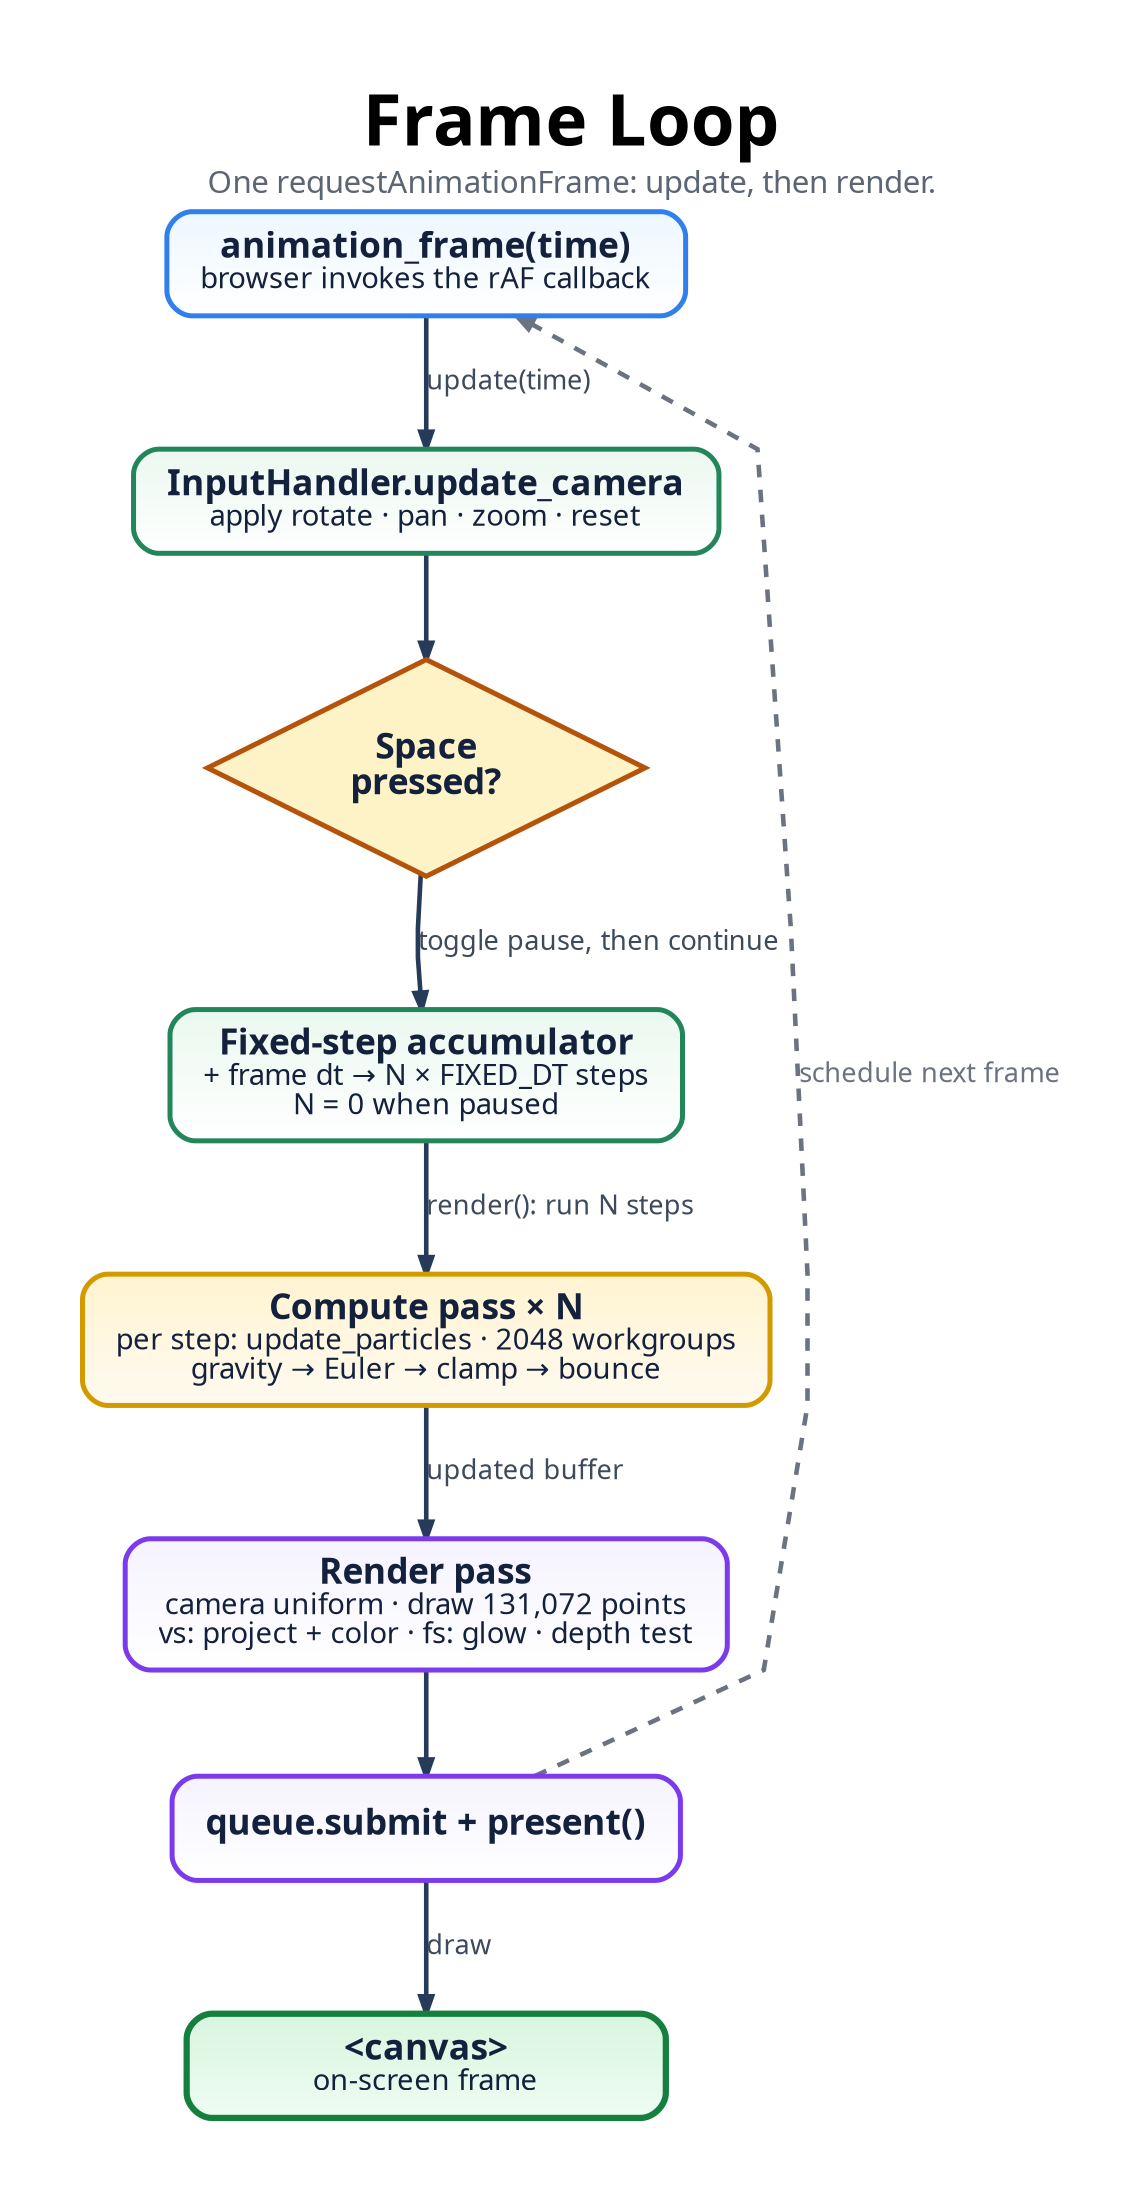
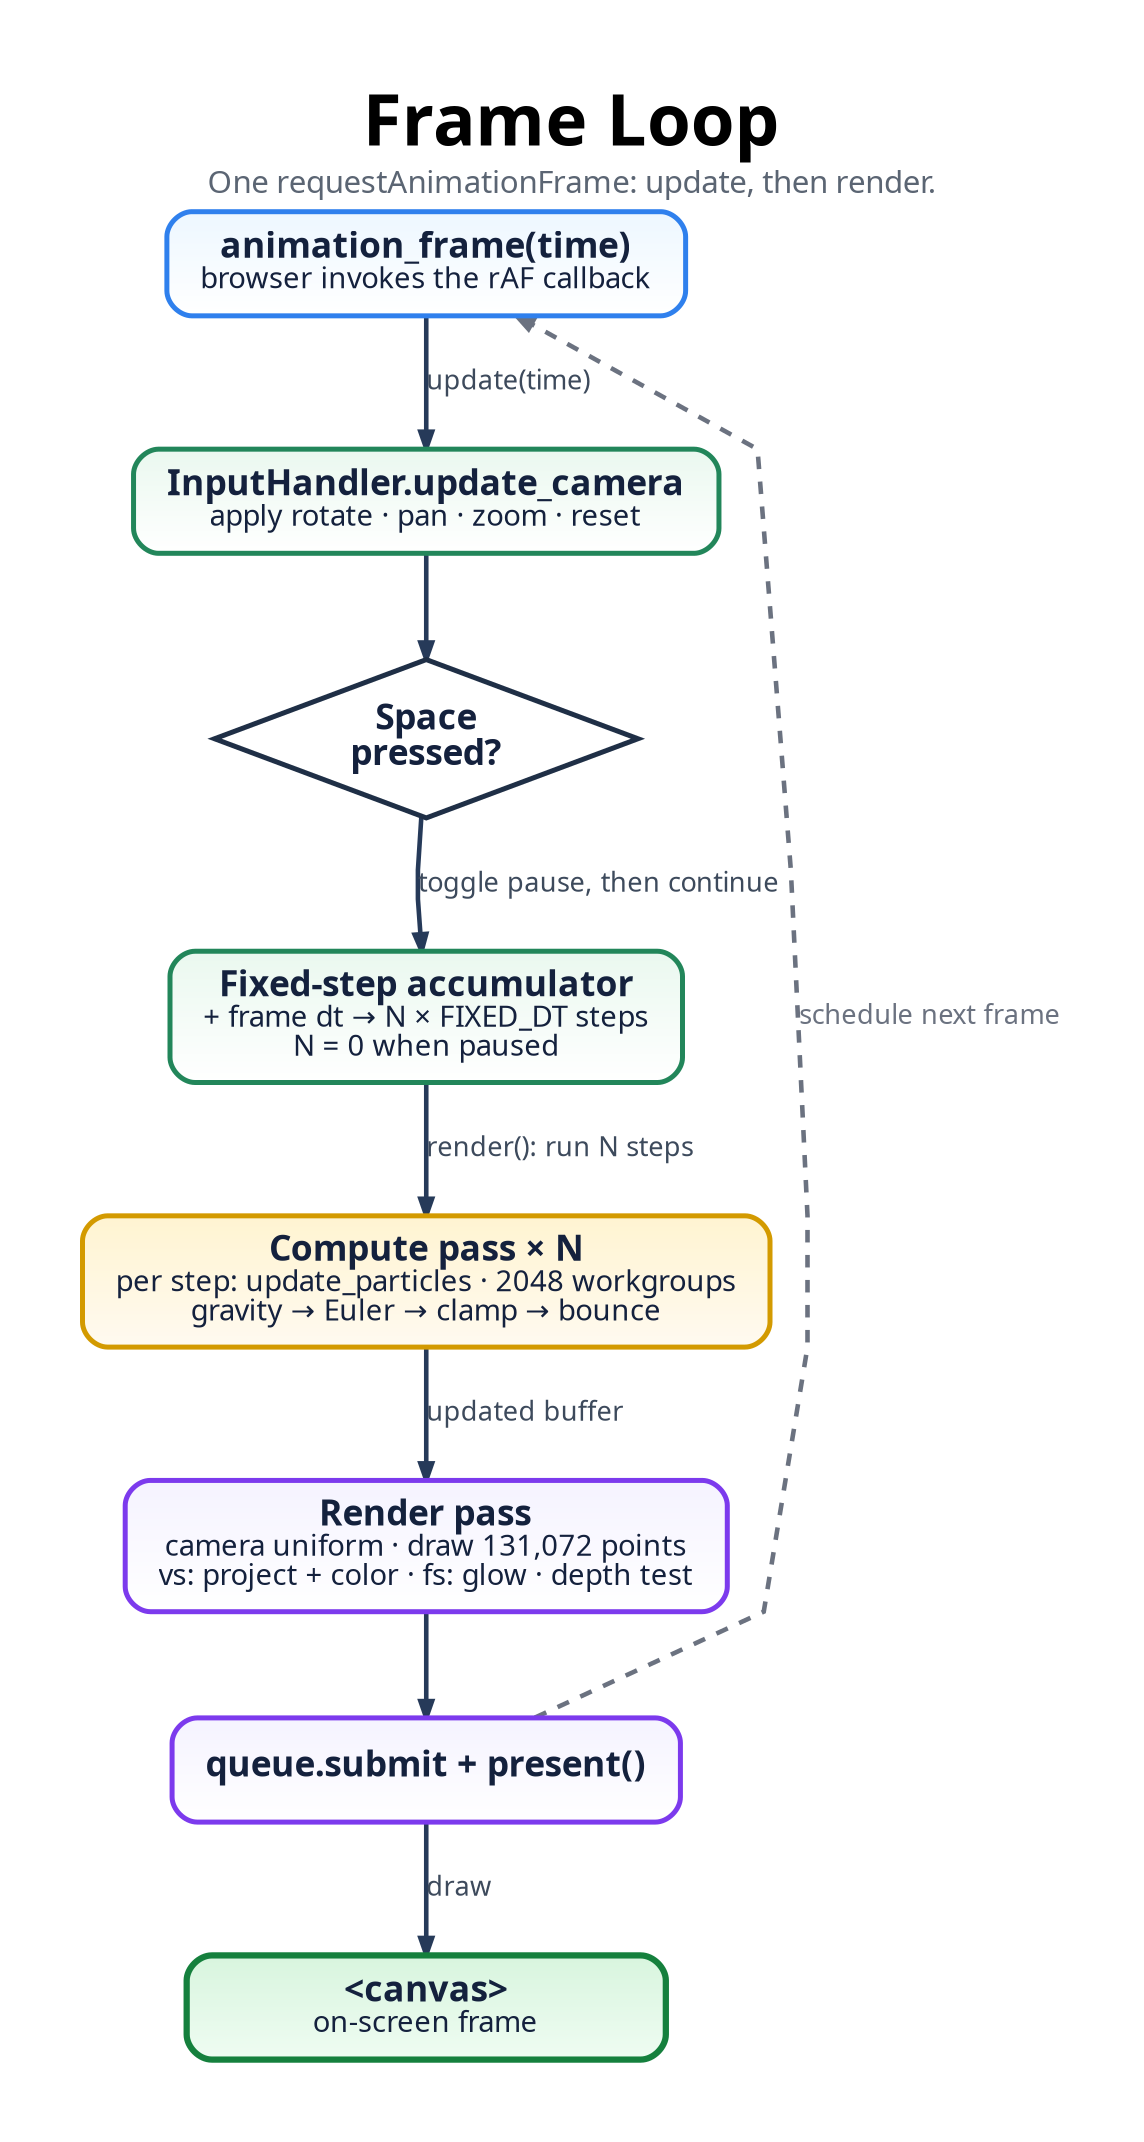
digraph FrameLoop {
  graph [
    rankdir=TB,
    bgcolor="#ffffff",
    pad="0.55",
    nodesep="0.5",
    ranksep="0.7",
    splines=polyline,
    outputorder=edgesfirst,
    newrank=true,
    forcelabels=true,
    fontname="Avenir",
    label=<
      <TABLE BORDER="0" CELLBORDER="0" CELLSPACING="0" CELLPADDING="0">
        <TR><TD><FONT POINT-SIZE="34"><B>Frame Loop</B></FONT></TD></TR>
        <TR><TD><FONT POINT-SIZE="15" COLOR="#5b6573">One requestAnimationFrame: update, then render.</FONT></TD></TR>
      </TABLE>
    >,
    labelloc=t,
    labeljust=c
  ];

  node [
    shape=box,
    style="rounded,filled",
    margin="0.22,0.13",
    width=3.2,
    height=0.7,
    fontname="Avenir",
    fontsize=17,
    penwidth=2.4,
    fontcolor="#14213d",
    color="#2264c7",
    fillcolor="#eaf3ff:#ffffff",
    gradientangle=270
  ];

  edge [
    color="#263a59",
    fontname="Avenir",
    fontsize=13,
    fontcolor="#3d4a5c",
    penwidth=2.2,
    arrowsize=0.8
  ];

  START [label=<<B>animation_frame(time)</B><BR/><FONT POINT-SIZE="14">browser invokes the rAF callback</FONT>>, fillcolor="#edf7ff:#ffffff", color="#2f80ed"];

  // update phase (green)
  U1 [label=<<B>InputHandler.update_camera</B><BR/><FONT POINT-SIZE="14">apply rotate · pan · zoom · reset</FONT>>, fillcolor="#eaf8ef:#ffffff", color="#22865a"];
-   U2 [shape=diamond, style=filled, fillcolor="#fef3c7", color="#b45309", width=2.0, height=1.0, label=<<B>Space<BR/>pressed?</B>>];
+   U2 [shape=diamond, style=filled, fillcolor="#ffffff", color="#1f2f46", penwidth=2.4, width=2.4, height=1.05, label=<<B>Space<BR/>pressed?</B>>];
  U3 [label=<<B>Fixed-step accumulator</B><BR/><FONT POINT-SIZE="14">+ frame dt → N × FIXED_DT steps<BR/>N = 0 when paused</FONT>>, fillcolor="#eaf8ef:#ffffff", color="#22865a"];

  // render phase
  CP [label=<<B>Compute pass × N</B><BR/><FONT POINT-SIZE="14">per step: update_particles · 2048 workgroups<BR/>gravity → Euler → clamp → bounce</FONT>>, fillcolor="#fff4d1:#fffaf0", color="#d39a00"];
  RP [label=<<B>Render pass</B><BR/><FONT POINT-SIZE="14">camera uniform · draw 131,072 points<BR/>vs: project + color · fs: glow · depth test</FONT>>, fillcolor="#f5f3ff:#ffffff", color="#7c3aed"];
  PRES [label=<<B>queue.submit + present()</B>>, fillcolor="#f5f3ff:#ffffff", color="#7c3aed"];

  CANVAS [label=<<B>&lt;canvas&gt;</B><BR/><FONT POINT-SIZE="14">on-screen frame</FONT>>, fillcolor="#d8f5de:#effcf2", color="#15803d", penwidth=3.0];

  START -> U1 [label="update(time)"];
  U1 -> U2;
  U2 -> U3 [label="toggle pause, then continue"];
  U3 -> CP [label="render(): run N steps"];
  CP -> RP [label="updated buffer"];
  RP -> PRES;
  PRES -> CANVAS [label="draw"];

  PRES -> START [label="schedule next frame", color="#6b7280", fontcolor="#6b7280", style=dashed, constraint=false];
}
